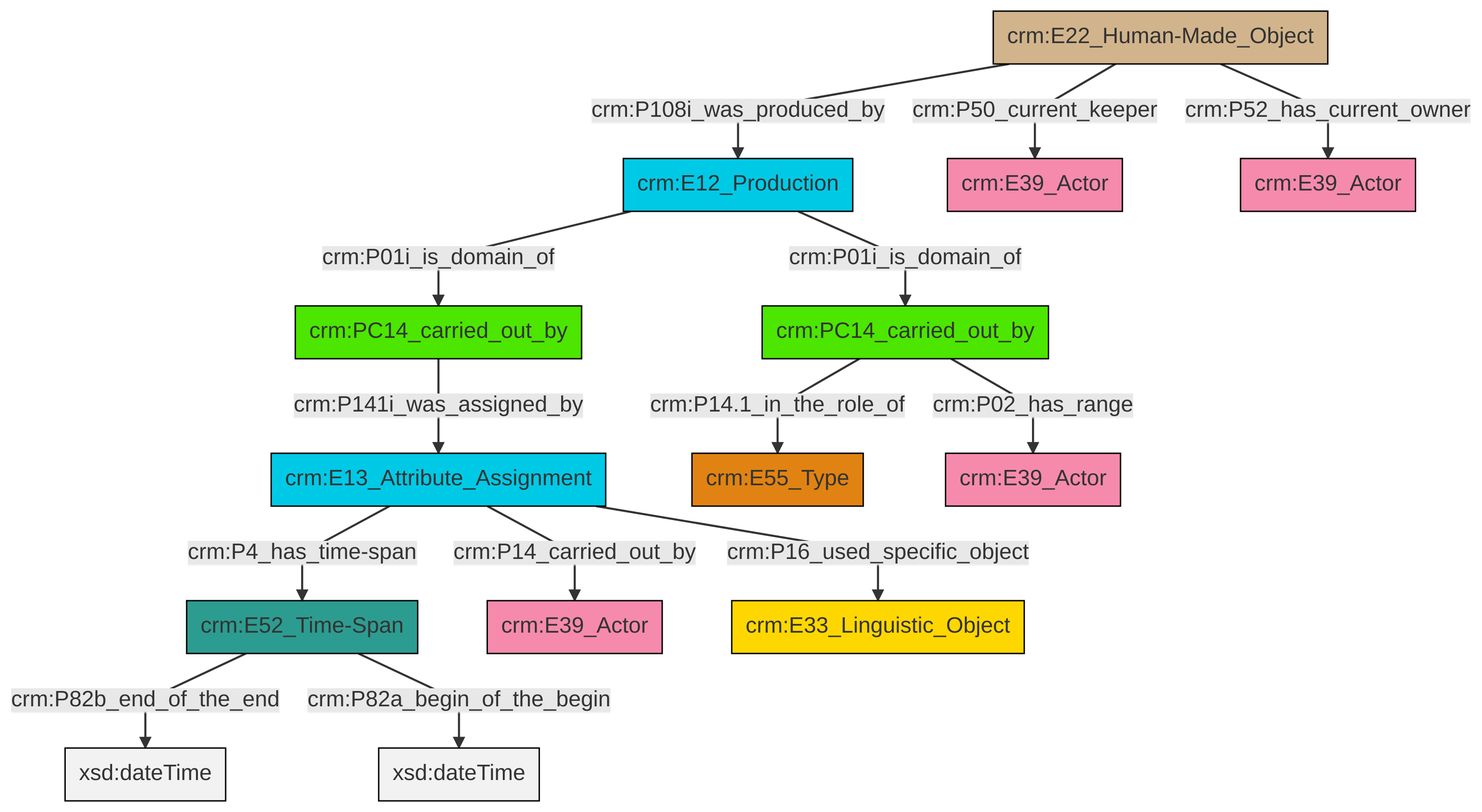
Above: et/carrierCSV/ttl/mmd/png/carrier_relations.png in swiss-art-research-net/docs.swissartresearch (Mermaid), before the change. Its source is kept beside it as et/carrierCSV/ttl/mmd/carrier_relations.ttl.mmd.
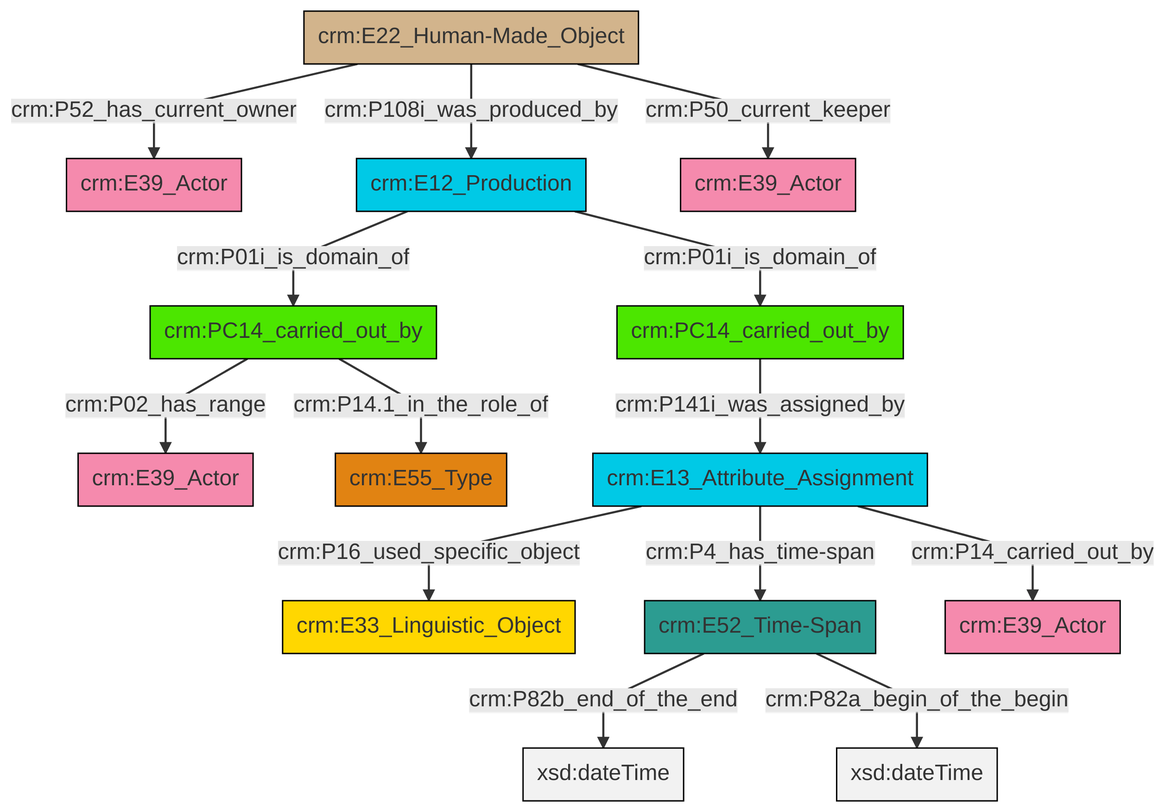
The same diagram one commit later.

Change to the diagram source:
```diff
@@ -13,16 +13,16 @@
 classDef PC_Classes fill:#4ce600, stroke:#000000;
 classDef Multi fill:#cccccc,stroke:#000000;
 
-0["crm:E52_Time-Span"]:::Time-Span -->|crm:P82b_end_of_the_end| 1[xsd:dateTime]:::Literal
-2["crm:E12_Production"]:::Temporal_Entity -->|crm:P01i_is_domain_of| 3["crm:PC14_carried_out_by"]:::PC_Classes
-3["crm:PC14_carried_out_by"]:::PC_Classes -->|crm:P141i_was_assigned_by| 4["crm:E13_Attribute_Assignment"]:::Temporal_Entity
-10["crm:E22_Human-Made_Object"]:::Physical_Thing -->|crm:P50_current_keeper| 11["crm:E39_Actor"]:::Actor
-0["crm:E52_Time-Span"]:::Time-Span -->|crm:P82a_begin_of_the_begin| 18[xsd:dateTime]:::Literal
-2["crm:E12_Production"]:::Temporal_Entity -->|crm:P01i_is_domain_of| 21["crm:PC14_carried_out_by"]:::PC_Classes
-4["crm:E13_Attribute_Assignment"]:::Temporal_Entity -->|crm:P16_used_specific_object| 14["crm:E33_Linguistic_Object"]:::Conceptual_Object
-10["crm:E22_Human-Made_Object"]:::Physical_Thing -->|crm:P108i_was_produced_by| 2["crm:E12_Production"]:::Temporal_Entity
-4["crm:E13_Attribute_Assignment"]:::Temporal_Entity -->|crm:P4_has_time-span| 0["crm:E52_Time-Span"]:::Time-Span
-21["crm:PC14_carried_out_by"]:::PC_Classes -->|crm:P02_has_range| 19["crm:E39_Actor"]:::Actor
-10["crm:E22_Human-Made_Object"]:::Physical_Thing -->|crm:P52_has_current_owner| 16["crm:E39_Actor"]:::Actor
-21["crm:PC14_carried_out_by"]:::PC_Classes -->|crm:P14.1_in_the_role_of| 12["crm:E55_Type"]:::Type
-4["crm:E13_Attribute_Assignment"]:::Temporal_Entity -->|crm:P14_carried_out_by| 6["crm:E39_Actor"]:::Actor
+2["crm:E22_Human-Made_Object"]:::Physical_Thing -->|crm:P52_has_current_owner| 3["crm:E39_Actor"]:::Actor
+2["crm:E22_Human-Made_Object"]:::Physical_Thing -->|crm:P108i_was_produced_by| 6["crm:E12_Production"]:::Temporal_Entity
+6["crm:E12_Production"]:::Temporal_Entity -->|crm:P01i_is_domain_of| 7["crm:PC14_carried_out_by"]:::PC_Classes
+10["crm:E13_Attribute_Assignment"]:::Temporal_Entity -->|crm:P16_used_specific_object| 11["crm:E33_Linguistic_Object"]:::Conceptual_Object
+7["crm:PC14_carried_out_by"]:::PC_Classes -->|crm:P141i_was_assigned_by| 10["crm:E13_Attribute_Assignment"]:::Temporal_Entity
+13["crm:PC14_carried_out_by"]:::PC_Classes -->|crm:P14.1_in_the_role_of| 4["crm:E55_Type"]:::Type
+14["crm:E52_Time-Span"]:::Time-Span -->|crm:P82b_end_of_the_end| 15[xsd:dateTime]:::Literal
+10["crm:E13_Attribute_Assignment"]:::Temporal_Entity -->|crm:P4_has_time-span| 14["crm:E52_Time-Span"]:::Time-Span
+14["crm:E52_Time-Span"]:::Time-Span -->|crm:P82a_begin_of_the_begin| 16[xsd:dateTime]:::Literal
+6["crm:E12_Production"]:::Temporal_Entity -->|crm:P01i_is_domain_of| 13["crm:PC14_carried_out_by"]:::PC_Classes
+10["crm:E13_Attribute_Assignment"]:::Temporal_Entity -->|crm:P14_carried_out_by| 18["crm:E39_Actor"]:::Actor
+13["crm:PC14_carried_out_by"]:::PC_Classes -->|crm:P02_has_range| 0["crm:E39_Actor"]:::Actor
+2["crm:E22_Human-Made_Object"]:::Physical_Thing -->|crm:P50_current_keeper| 20["crm:E39_Actor"]:::Actor
```
